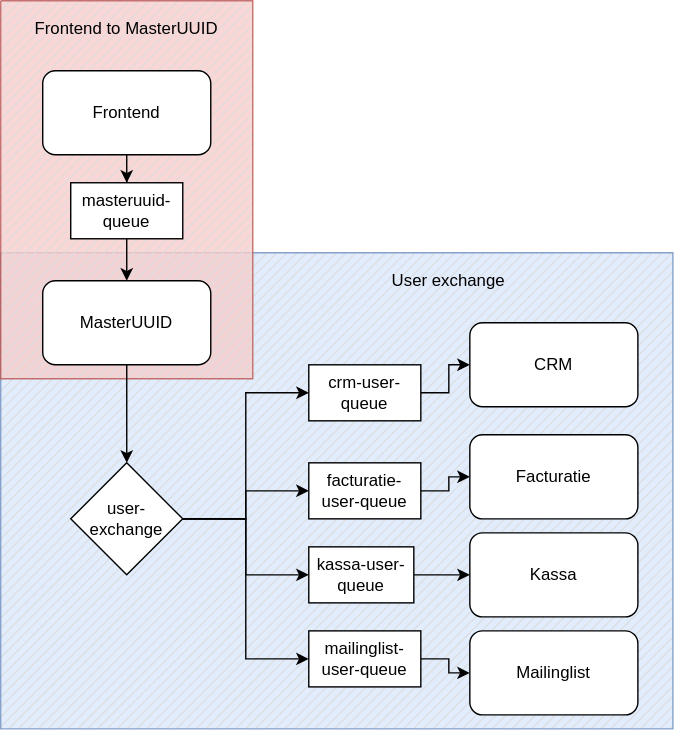
The draw.io diagram docs/architecture/flows/img/user_create.svg in seppeconinx/docs, before a commit. Source tidied: cells renumbered, new cells last; positions are measured from the earlier drawing's top-left corner, leaving out a move shared by most shapes.
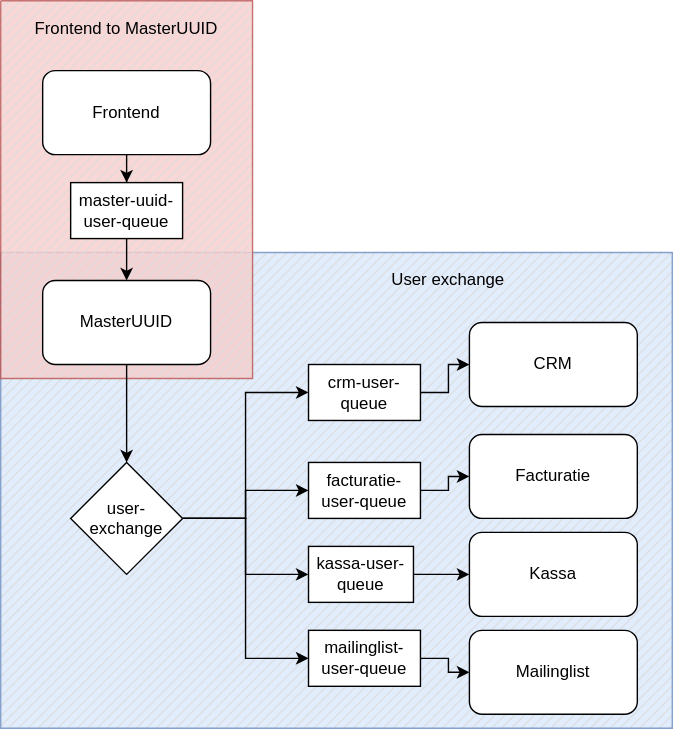
After the commit.

Commit message:
updated que name for masteruuid

What changed in the source:
```diff
@@ -23,7 +23,7 @@
     <mxCell id="8" style="edgeStyle=orthogonalEdgeStyle;rounded=0;jettySize=auto;html=1;exitX=0.5;exitY=1;exitDx=0;exitDy=0;entryX=0.5;entryY=0;entryDx=0;entryDy=0;" parent="1" edge="1" source="9" target="7">
       <mxGeometry relative="1" as="geometry" />
     </mxCell>
-    <mxCell id="9" value="masteruuid-queue" style="rounded=0;whiteSpace=wrap;html=1;rotation=0;" parent="1" vertex="1">
+    <mxCell id="9" value="master-uuid-user-queue" style="rounded=0;whiteSpace=wrap;html=1;rotation=0;" parent="1" vertex="1">
       <mxGeometry x="50" y="130" width="80" height="40" as="geometry" />
     </mxCell>
     <mxCell id="10" style="edgeStyle=orthogonalEdgeStyle;rounded=0;jettySize=auto;html=1;exitX=1;exitY=0.5;exitDx=0;exitDy=0;entryX=0;entryY=0.5;entryDx=0;entryDy=0;" parent="1" edge="1" source="14" target="23">
```
